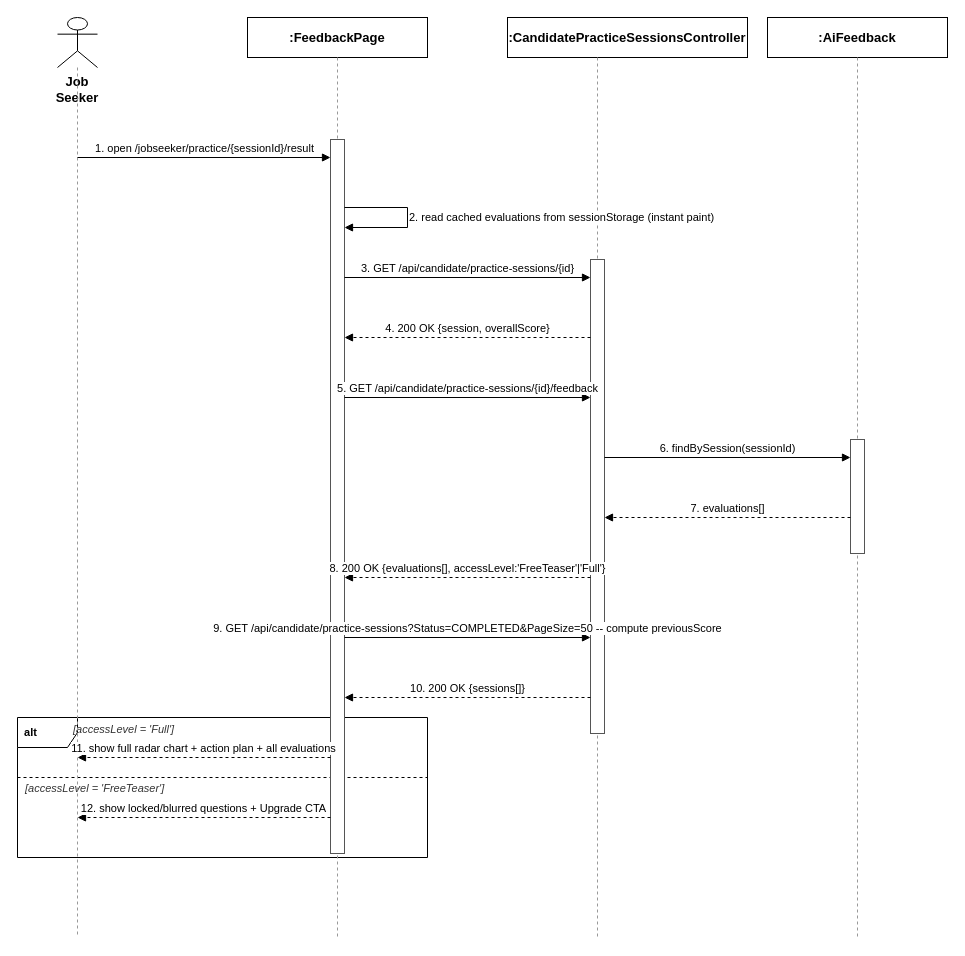
tulklk/AI_Interview_Question_Generation_RAG_LLM_FE keeps this draw.io diagram as docs/qa/Tu_SequenceDiagram/10_View_AI_Feedback_Result.drawio. Above is the earlier version. Source tidied: cells renumbered, new cells numbered last; positions are measured from the earlier drawing's top-left corner, leaving out a move shared by most shapes. Both pictures are drawn from the tidied source at 100%, with x=0, y=0 at pixel (17, 17).
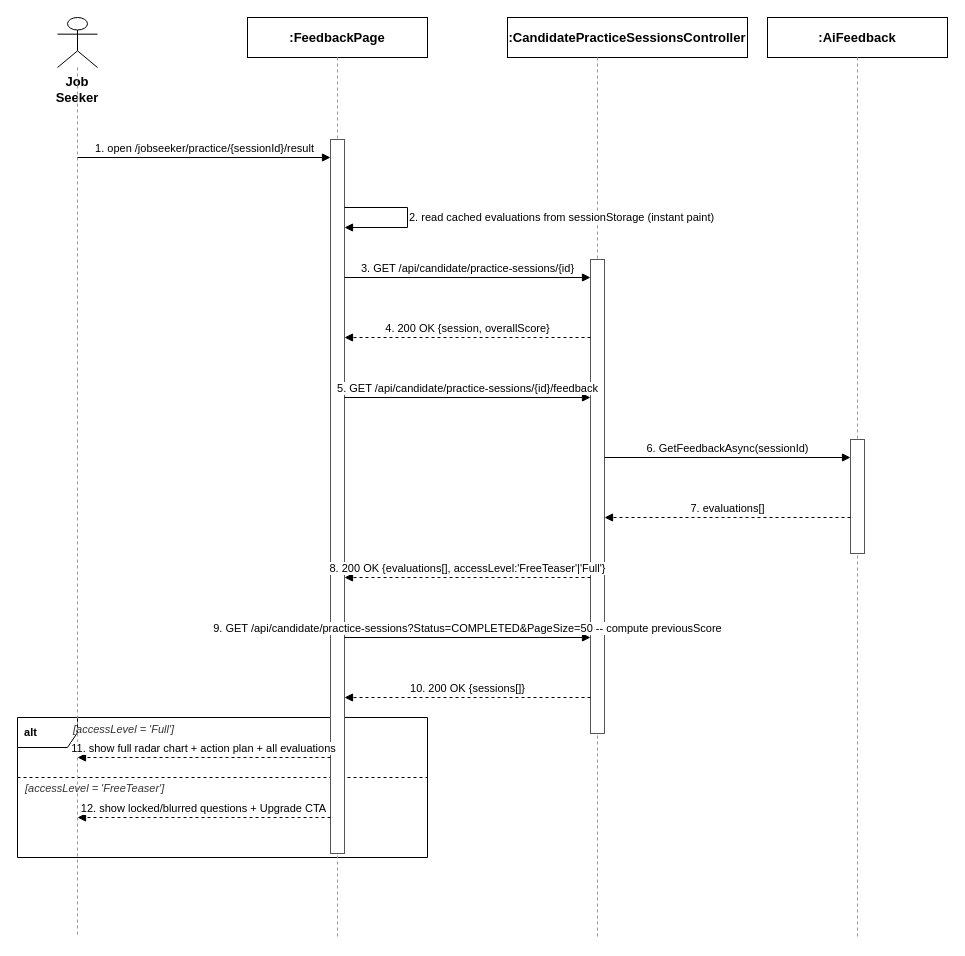
Above is the later version.

Change to the diagram source:
```diff
@@
-    <mxCell id="22" value="6. findBySession(sessionId)" style="endArrow=block;endFill=1;html=1;fontSize=11;align=center;verticalAlign=bottom;labelBackgroundColor=#ffffff;strokeColor=#000000;" parent="1" edge="1">
+    <mxCell id="22" value="6. GetFeedbackAsync(sessionId)" style="endArrow=block;endFill=1;html=1;fontSize=11;align=center;verticalAlign=bottom;labelBackgroundColor=#ffffff;strokeColor=#000000;" parent="1" edge="1">
       <mxGeometry relative="1" as="geometry">
         <mxPoint x="587" y="440" as="sourcePoint" />
         <mxPoint x="833" y="440" as="targetPoint" />
       </mxGeometry>
     </mxCell>
```
